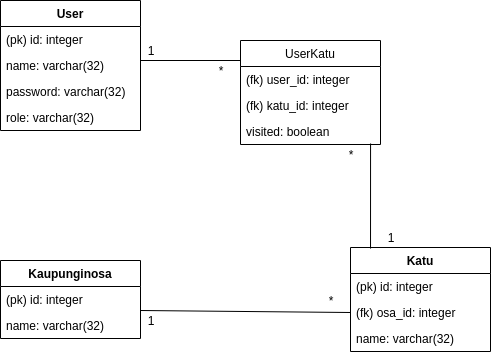
Earlier version of the draw.io export dokumentaatio/kadunkulkija.png (noorary/kadunkulkija). Source tidied: cells renumbered, new cells last; positions are measured from the earlier drawing's top-left corner, leaving out a move shared by most shapes. Its diagram source:
```xml
<mxGraphModel>
  <root>
    <mxCell id="0" />
    <mxCell id="1" parent="0" />
    <mxCell id="2" value="User" style="swimlane;fontStyle=1;horizontal=1;startSize=26;fillColor=none;" parent="1" vertex="1">
      <mxGeometry width="140" height="130" as="geometry" />
    </mxCell>
    <mxCell id="3" value="(pk) id: integer" style="text;strokeColor=none;fillColor=none;align=left;verticalAlign=top;spacingLeft=4;spacingRight=4;overflow=hidden;" parent="2" vertex="1">
      <mxGeometry y="26" width="140" height="26" as="geometry" />
    </mxCell>
    <mxCell id="4" value="name: varchar(32)" style="text;strokeColor=none;fillColor=none;align=left;verticalAlign=top;spacingLeft=4;spacingRight=4;overflow=hidden;" parent="2" vertex="1">
      <mxGeometry y="52" width="140" height="26" as="geometry" />
    </mxCell>
    <mxCell id="5" value="password: varchar(32)" style="text;strokeColor=none;fillColor=none;align=left;verticalAlign=top;spacingLeft=4;spacingRight=4;overflow=hidden;" parent="2" vertex="1">
      <mxGeometry y="78" width="140" height="26" as="geometry" />
    </mxCell>
    <mxCell id="6" value="role: varchar(32)" style="text;strokeColor=none;fillColor=none;align=left;verticalAlign=top;spacingLeft=4;spacingRight=4;overflow=hidden;" parent="2" vertex="1">
      <mxGeometry y="104" width="140" height="26" as="geometry" />
    </mxCell>
    <mxCell id="7" value="Katu" style="swimlane;fontStyle=1;horizontal=1;startSize=26;fillColor=none;" parent="1" vertex="1">
      <mxGeometry x="350" y="247" width="140" height="104" as="geometry" />
    </mxCell>
    <mxCell id="8" value="(pk) id: integer" style="text;strokeColor=none;fillColor=none;align=left;verticalAlign=top;spacingLeft=4;spacingRight=4;overflow=hidden;" parent="7" vertex="1">
      <mxGeometry y="26" width="140" height="26" as="geometry" />
    </mxCell>
    <mxCell id="9" value="(fk) osa_id: integer" style="text;strokeColor=none;fillColor=none;align=left;verticalAlign=top;spacingLeft=4;spacingRight=4;overflow=hidden;points=[[0,0.5],[1,0.5]];portConstraint=eastwest;" parent="7" vertex="1">
      <mxGeometry y="52" width="140" height="26" as="geometry" />
    </mxCell>
    <mxCell id="10" value="name: varchar(32)&#10;" style="text;strokeColor=none;fillColor=none;align=left;verticalAlign=top;spacingLeft=4;spacingRight=4;overflow=hidden;" parent="7" vertex="1">
      <mxGeometry y="78" width="140" height="26" as="geometry" />
    </mxCell>
    <mxCell id="11" value="Kaupunginosa" style="swimlane;fontStyle=1;horizontal=1;startSize=26;fillColor=none;" parent="1" vertex="1">
      <mxGeometry y="260" width="140" height="78" as="geometry" />
    </mxCell>
    <mxCell id="12" value="(pk) id: integer" style="text;strokeColor=none;fillColor=none;align=left;verticalAlign=top;spacingLeft=4;spacingRight=4;overflow=hidden;" parent="11" vertex="1">
      <mxGeometry y="26" width="140" height="26" as="geometry" />
    </mxCell>
    <mxCell id="13" value="name: varchar(32)" style="text;strokeColor=none;fillColor=none;align=left;verticalAlign=top;spacingLeft=4;spacingRight=4;overflow=hidden;" parent="11" vertex="1">
      <mxGeometry y="52" width="140" height="26" as="geometry" />
    </mxCell>
    <mxCell id="14" style="endArrow=none;html=1;entryX=0;entryY=0.5;entryDx=0;entryDy=0;" parent="1" edge="1" target="9">
      <mxGeometry relative="1" as="geometry">
        <mxPoint x="140" y="310" as="sourcePoint" />
      </mxGeometry>
    </mxCell>
    <mxCell id="15" value="1" style="text;html=1;strokeColor=none;fillColor=none;align=center;verticalAlign=middle;whiteSpace=wrap;rounded=0;" parent="1" vertex="1">
      <mxGeometry x="130" y="310" width="40" height="20" as="geometry" />
    </mxCell>
    <mxCell id="16" value="*" style="text;html=1;strokeColor=none;fillColor=none;align=center;verticalAlign=middle;whiteSpace=wrap;rounded=0;" parent="1" vertex="1">
      <mxGeometry x="310" y="290" width="40" height="20" as="geometry" />
    </mxCell>
    <mxCell id="17" value="UserKatu" style="swimlane;fontStyle=0;horizontal=1;startSize=26;fillColor=none;" parent="1" vertex="1">
      <mxGeometry x="240" y="40" width="140" height="104" as="geometry" />
    </mxCell>
    <mxCell id="18" value="(fk) user_id: integer" style="text;strokeColor=none;fillColor=none;align=left;verticalAlign=top;spacingLeft=4;spacingRight=4;overflow=hidden;" parent="17" vertex="1">
      <mxGeometry y="26" width="140" height="26" as="geometry" />
    </mxCell>
    <mxCell id="19" value="(fk) katu_id: integer" style="text;strokeColor=none;fillColor=none;align=left;verticalAlign=top;spacingLeft=4;spacingRight=4;overflow=hidden;" parent="17" vertex="1">
      <mxGeometry y="52" width="140" height="26" as="geometry" />
    </mxCell>
    <mxCell id="20" value="visited: boolean" style="text;strokeColor=none;fillColor=none;align=left;verticalAlign=top;spacingLeft=4;spacingRight=4;overflow=hidden;points=[[0,0.5],[1,0.5]];portConstraint=eastwest;" parent="17" vertex="1">
      <mxGeometry y="78" width="140" height="26" as="geometry" />
    </mxCell>
    <mxCell id="21" style="endArrow=none;html=1;" parent="1" edge="1">
      <mxGeometry relative="1" as="geometry">
        <mxPoint x="140" y="60" as="sourcePoint" />
        <mxPoint x="240" y="60" as="targetPoint" />
      </mxGeometry>
    </mxCell>
    <mxCell id="22" style="endArrow=none;html=1;entryX=0.143;entryY=0.01;entryDx=0;entryDy=0;entryPerimeter=0;exitX=0.929;exitY=0.962;exitDx=0;exitDy=0;exitPerimeter=0;" parent="1" edge="1" source="20" target="7">
      <mxGeometry relative="1" as="geometry" />
    </mxCell>
    <mxCell id="23" value="*" style="text;html=1;strokeColor=none;fillColor=none;align=center;verticalAlign=middle;whiteSpace=wrap;rounded=0;" parent="1" vertex="1">
      <mxGeometry x="330" y="144" width="40" height="20" as="geometry" />
    </mxCell>
    <mxCell id="24" value="*" style="text;html=1;strokeColor=none;fillColor=none;align=center;verticalAlign=middle;whiteSpace=wrap;rounded=0;" parent="1" vertex="1">
      <mxGeometry x="200" y="60" width="40" height="20" as="geometry" />
    </mxCell>
    <mxCell id="25" value="1" style="text;html=1;strokeColor=none;fillColor=none;align=center;verticalAlign=middle;whiteSpace=wrap;rounded=0;" parent="1" vertex="1">
      <mxGeometry x="130" y="40" width="40" height="20" as="geometry" />
    </mxCell>
    <mxCell id="26" value="1" style="text;html=1;strokeColor=none;fillColor=none;align=center;verticalAlign=middle;whiteSpace=wrap;rounded=0;" parent="1" vertex="1">
      <mxGeometry x="370" y="227" width="40" height="20" as="geometry" />
    </mxCell>
  </root>
</mxGraphModel>
```
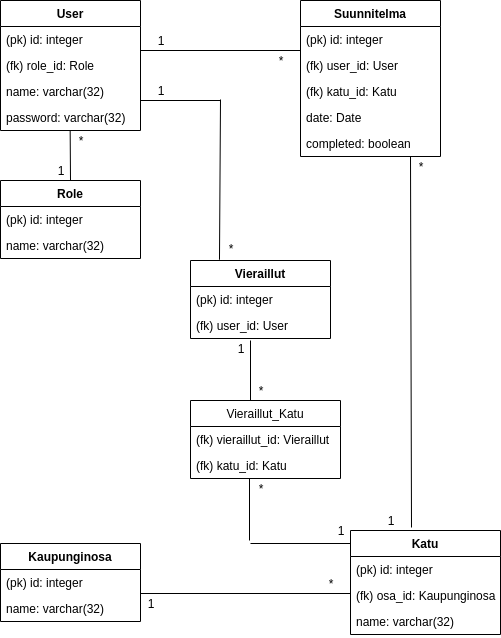
The same diagram one commit later.

Commit message:
tietokantakaavio päivitetty

The edit, as a diff of the source:
```diff
@@ -3,31 +3,31 @@
     <mxCell id="0" />
     <mxCell id="1" parent="0" />
     <mxCell id="2" value="User" style="swimlane;fontStyle=1;horizontal=1;startSize=26;fillColor=none;" parent="1" vertex="1">
-      <mxGeometry width="140" height="130" as="geometry" />
+      <mxGeometry y="-283" width="140" height="130" as="geometry" />
     </mxCell>
     <mxCell id="3" value="(pk) id: integer" style="text;strokeColor=none;fillColor=none;align=left;verticalAlign=top;spacingLeft=4;spacingRight=4;overflow=hidden;" parent="2" vertex="1">
       <mxGeometry y="26" width="140" height="26" as="geometry" />
     </mxCell>
+    <mxCell id="6" value="(fk) role_id: Role" style="text;strokeColor=none;fillColor=none;align=left;verticalAlign=top;spacingLeft=4;spacingRight=4;overflow=hidden;" parent="2" vertex="1">
+      <mxGeometry y="52" width="140" height="26" as="geometry" />
+    </mxCell>
     <mxCell id="4" value="name: varchar(32)" style="text;strokeColor=none;fillColor=none;align=left;verticalAlign=top;spacingLeft=4;spacingRight=4;overflow=hidden;" parent="2" vertex="1">
-      <mxGeometry y="52" width="140" height="26" as="geometry" />
+      <mxGeometry y="78" width="140" height="26" as="geometry" />
     </mxCell>
     <mxCell id="5" value="password: varchar(32)" style="text;strokeColor=none;fillColor=none;align=left;verticalAlign=top;spacingLeft=4;spacingRight=4;overflow=hidden;" parent="2" vertex="1">
-      <mxGeometry y="78" width="140" height="26" as="geometry" />
+      <mxGeometry y="104" width="140" height="26" as="geometry" />
     </mxCell>
-    <mxCell id="6" value="role: varchar(32)" style="text;strokeColor=none;fillColor=none;align=left;verticalAlign=top;spacingLeft=4;spacingRight=4;overflow=hidden;" parent="2" vertex="1">
-      <mxGeometry y="104" width="140" height="26" as="geometry" />
-    </mxCell>
     <mxCell id="7" value="Katu" style="swimlane;fontStyle=1;horizontal=1;startSize=26;fillColor=none;" parent="1" vertex="1">
-      <mxGeometry x="350" y="247" width="140" height="104" as="geometry" />
+      <mxGeometry x="350" y="247" width="150" height="104" as="geometry" />
     </mxCell>
     <mxCell id="8" value="(pk) id: integer" style="text;strokeColor=none;fillColor=none;align=left;verticalAlign=top;spacingLeft=4;spacingRight=4;overflow=hidden;" parent="7" vertex="1">
-      <mxGeometry y="26" width="140" height="26" as="geometry" />
+      <mxGeometry y="26" width="150" height="26" as="geometry" />
     </mxCell>
-    <mxCell id="9" value="(fk) osa_id: integer" style="text;strokeColor=none;fillColor=none;align=left;verticalAlign=top;spacingLeft=4;spacingRight=4;overflow=hidden;points=[[0,0.5],[1,0.5]];portConstraint=eastwest;" parent="7" vertex="1">
-      <mxGeometry y="52" width="140" height="26" as="geometry" />
+    <mxCell id="9" value="(fk) osa_id: Kaupunginosa" style="text;strokeColor=none;fillColor=none;align=left;verticalAlign=top;spacingLeft=4;spacingRight=4;overflow=hidden;points=[[0,0.5],[1,0.5]];portConstraint=eastwest;" parent="7" vertex="1">
+      <mxGeometry y="52" width="150" height="26" as="geometry" />
     </mxCell>
     <mxCell id="10" value="name: varchar(32)&#10;" style="text;strokeColor=none;fillColor=none;align=left;verticalAlign=top;spacingLeft=4;spacingRight=4;overflow=hidden;" parent="7" vertex="1">
-      <mxGeometry y="78" width="140" height="26" as="geometry" />
+      <mxGeometry y="78" width="150" height="26" as="geometry" />
     </mxCell>
     <mxCell id="11" value="Kaupunginosa" style="swimlane;fontStyle=1;horizontal=1;startSize=26;fillColor=none;" parent="1" vertex="1">
       <mxGeometry y="260" width="140" height="78" as="geometry" />
@@ -38,7 +38,7 @@
     <mxCell id="13" value="name: varchar(32)" style="text;strokeColor=none;fillColor=none;align=left;verticalAlign=top;spacingLeft=4;spacingRight=4;overflow=hidden;" parent="11" vertex="1">
       <mxGeometry y="52" width="140" height="26" as="geometry" />
     </mxCell>
-    <mxCell id="14" style="endArrow=none;html=1;entryX=0;entryY=0.5;entryDx=0;entryDy=0;" parent="1" edge="1" target="9">
+    <mxCell id="14" style="endArrow=none;html=1;entryX=1;entryY=1;entryDx=0;entryDy=0;" parent="1" edge="1" target="16">
       <mxGeometry relative="1" as="geometry">
         <mxPoint x="140" y="310" as="sourcePoint" />
       </mxGeometry>
@@ -49,38 +49,133 @@
     <mxCell id="16" value="*" style="text;html=1;strokeColor=none;fillColor=none;align=center;verticalAlign=middle;whiteSpace=wrap;rounded=0;" parent="1" vertex="1">
       <mxGeometry x="310" y="290" width="40" height="20" as="geometry" />
     </mxCell>
-    <mxCell id="17" value="UserKatu" style="swimlane;fontStyle=0;horizontal=1;startSize=26;fillColor=none;" parent="1" vertex="1">
-      <mxGeometry x="240" y="40" width="140" height="104" as="geometry" />
+    <mxCell id="17" value="Vieraillut" style="swimlane;fontStyle=1;horizontal=1;startSize=26;fillColor=none;" parent="1" vertex="1">
+      <mxGeometry x="190" y="-23" width="140" height="78" as="geometry" />
     </mxCell>
-    <mxCell id="18" value="(fk) user_id: integer" style="text;strokeColor=none;fillColor=none;align=left;verticalAlign=top;spacingLeft=4;spacingRight=4;overflow=hidden;" parent="17" vertex="1">
-      <mxGeometry y="26" width="140" height="26" as="geometry" />
-    </mxCell>
-    <mxCell id="19" value="(fk) katu_id: integer" style="text;strokeColor=none;fillColor=none;align=left;verticalAlign=top;spacingLeft=4;spacingRight=4;overflow=hidden;" parent="17" vertex="1">
-      <mxGeometry y="52" width="140" height="26" as="geometry" />
-    </mxCell>
-    <mxCell id="20" value="visited: boolean" style="text;strokeColor=none;fillColor=none;align=left;verticalAlign=top;spacingLeft=4;spacingRight=4;overflow=hidden;points=[[0,0.5],[1,0.5]];portConstraint=eastwest;" parent="17" vertex="1">
-      <mxGeometry y="78" width="140" height="26" as="geometry" />
-    </mxCell>
-    <mxCell id="21" style="endArrow=none;html=1;" parent="1" edge="1">
-      <mxGeometry relative="1" as="geometry">
-        <mxPoint x="140" y="60" as="sourcePoint" />
-        <mxPoint x="240" y="60" as="targetPoint" />
-      </mxGeometry>
-    </mxCell>
-    <mxCell id="22" style="endArrow=none;html=1;entryX=0.143;entryY=0.01;entryDx=0;entryDy=0;entryPerimeter=0;exitX=0.929;exitY=0.962;exitDx=0;exitDy=0;exitPerimeter=0;" parent="1" edge="1" source="20" target="7">
-      <mxGeometry relative="1" as="geometry" />
-    </mxCell>
-    <mxCell id="23" value="*" style="text;html=1;strokeColor=none;fillColor=none;align=center;verticalAlign=middle;whiteSpace=wrap;rounded=0;" parent="1" vertex="1">
-      <mxGeometry x="330" y="144" width="40" height="20" as="geometry" />
-    </mxCell>
-    <mxCell id="24" value="*" style="text;html=1;strokeColor=none;fillColor=none;align=center;verticalAlign=middle;whiteSpace=wrap;rounded=0;" parent="1" vertex="1">
-      <mxGeometry x="200" y="60" width="40" height="20" as="geometry" />
-    </mxCell>
-    <mxCell id="25" value="1" style="text;html=1;strokeColor=none;fillColor=none;align=center;verticalAlign=middle;whiteSpace=wrap;rounded=0;" parent="1" vertex="1">
-      <mxGeometry x="130" y="40" width="40" height="20" as="geometry" />
-    </mxCell>
-    <mxCell id="26" value="1" style="text;html=1;strokeColor=none;fillColor=none;align=center;verticalAlign=middle;whiteSpace=wrap;rounded=0;" parent="1" vertex="1">
-      <mxGeometry x="370" y="227" width="40" height="20" as="geometry" />
-    </mxCell>
+    <mxCell id="27" value="(pk) id: integer" style="text;strokeColor=none;fillColor=none;align=left;verticalAlign=top;spacingLeft=4;spacingRight=4;overflow=hidden;" parent="17" vertex="1">
+      <mxGeometry y="26" width="140" height="26" as="geometry" />
+    </mxCell>
+    <mxCell id="28" value="(fk) user_id: User" style="text;strokeColor=none;fillColor=none;align=left;verticalAlign=top;spacingLeft=4;spacingRight=4;overflow=hidden;" parent="17" vertex="1">
+      <mxGeometry y="52" width="140" height="26" as="geometry" />
+    </mxCell>
+    <mxCell id="29" value="Role" style="swimlane;fontStyle=1;horizontal=1;startSize=26;fillColor=none;" parent="1" vertex="1">
+      <mxGeometry y="-103" width="140" height="78" as="geometry" />
+    </mxCell>
+    <mxCell id="30" value="(pk) id: integer" style="text;strokeColor=none;fillColor=none;align=left;verticalAlign=top;spacingLeft=4;spacingRight=4;overflow=hidden;" parent="29" vertex="1">
+      <mxGeometry y="26" width="140" height="26" as="geometry" />
+    </mxCell>
+    <mxCell id="31" value="name: varchar(32)" style="text;strokeColor=none;fillColor=none;align=left;verticalAlign=top;spacingLeft=4;spacingRight=4;overflow=hidden;" parent="29" vertex="1">
+      <mxGeometry y="52" width="140" height="26" as="geometry" />
+    </mxCell>
+    <mxCell id="32" style="endArrow=none;html=1;" parent="1" edge="1">
+      <mxGeometry relative="1" as="geometry">
+        <mxPoint x="70" y="-103" as="sourcePoint" />
+        <mxPoint x="69.7" y="-153" as="targetPoint" />
+      </mxGeometry>
+    </mxCell>
+    <mxCell id="33" value="Suunnitelma" style="swimlane;fontStyle=1;horizontal=1;startSize=26;fillColor=none;" parent="1" vertex="1">
+      <mxGeometry x="300" y="-283" width="140" height="156" as="geometry" />
+    </mxCell>
+    <mxCell id="34" value="(pk) id: integer" style="text;strokeColor=none;fillColor=none;align=left;verticalAlign=top;spacingLeft=4;spacingRight=4;overflow=hidden;" parent="33" vertex="1">
+      <mxGeometry y="26" width="140" height="26" as="geometry" />
+    </mxCell>
+    <mxCell id="35" value="(fk) user_id: User&#10;" style="text;strokeColor=none;fillColor=none;align=left;verticalAlign=top;spacingLeft=4;spacingRight=4;overflow=hidden;" parent="33" vertex="1">
+      <mxGeometry y="52" width="140" height="26" as="geometry" />
+    </mxCell>
+    <mxCell id="36" value="(fk) katu_id: Katu" style="text;strokeColor=none;fillColor=none;align=left;verticalAlign=top;spacingLeft=4;spacingRight=4;overflow=hidden;" parent="33" vertex="1">
+      <mxGeometry y="78" width="140" height="26" as="geometry" />
+    </mxCell>
+    <mxCell id="37" value="date: Date" style="text;strokeColor=none;fillColor=none;align=left;verticalAlign=top;spacingLeft=4;spacingRight=4;overflow=hidden;" parent="33" vertex="1">
+      <mxGeometry y="104" width="140" height="26" as="geometry" />
+    </mxCell>
+    <mxCell id="38" value="completed: boolean" style="text;strokeColor=none;fillColor=none;align=left;verticalAlign=top;spacingLeft=4;spacingRight=4;overflow=hidden;" parent="33" vertex="1">
+      <mxGeometry y="130" width="140" height="26" as="geometry" />
+    </mxCell>
+    <mxCell id="39" value="1" style="text;html=1;strokeColor=none;fillColor=none;align=center;verticalAlign=middle;whiteSpace=wrap;rounded=0;" parent="1" vertex="1">
+      <mxGeometry x="40" y="-123" width="40" height="20" as="geometry" />
+    </mxCell>
+    <mxCell id="40" value="*" style="text;html=1;strokeColor=none;fillColor=none;align=center;verticalAlign=middle;whiteSpace=wrap;rounded=0;" parent="1" vertex="1">
+      <mxGeometry x="10" y="-153" width="140" height="20" as="geometry" />
+    </mxCell>
+    <mxCell id="41" style="endArrow=none;html=1;" parent="1" edge="1">
+      <mxGeometry relative="1" as="geometry">
+        <mxPoint x="140" y="-233" as="sourcePoint" />
+        <mxPoint x="300" y="-233" as="targetPoint" />
+      </mxGeometry>
+    </mxCell>
+    <mxCell id="42" value="1" style="text;html=1;strokeColor=none;fillColor=none;align=center;verticalAlign=middle;whiteSpace=wrap;rounded=0;" parent="1" vertex="1">
+      <mxGeometry x="140" y="-253" width="40" height="20" as="geometry" />
+    </mxCell>
+    <mxCell id="43" value="*" style="text;html=1;strokeColor=none;fillColor=none;align=center;verticalAlign=middle;whiteSpace=wrap;rounded=0;" parent="1" vertex="1">
+      <mxGeometry x="260" y="-233" width="40" height="20" as="geometry" />
+    </mxCell>
+    <mxCell id="44" style="endArrow=none;html=1;" parent="1" edge="1">
+      <mxGeometry relative="1" as="geometry">
+        <mxPoint x="410" y="-127" as="sourcePoint" />
+        <mxPoint x="411" y="244" as="targetPoint" />
+      </mxGeometry>
+    </mxCell>
+    <mxCell id="45" value="*" style="text;html=1;strokeColor=none;fillColor=none;align=center;verticalAlign=middle;whiteSpace=wrap;rounded=0;" parent="1" vertex="1">
+      <mxGeometry x="400" y="-127" width="40" height="20" as="geometry" />
+    </mxCell>
+    <mxCell id="46" value="1" style="text;html=1;strokeColor=none;fillColor=none;align=center;verticalAlign=middle;whiteSpace=wrap;rounded=0;" parent="1" vertex="1">
+      <mxGeometry x="370" y="227" width="40" height="20" as="geometry" />
+    </mxCell>
+    <mxCell id="47" style="endArrow=none;html=1;" parent="1" edge="1">
+      <mxGeometry relative="1" as="geometry">
+        <mxPoint x="140" y="-183" as="sourcePoint" />
+        <mxPoint x="220" y="-183" as="targetPoint" />
+      </mxGeometry>
+    </mxCell>
+    <mxCell id="48" style="endArrow=none;html=1;entryX=0.207;entryY=-0.01;entryDx=0;entryDy=0;entryPerimeter=0;" parent="1" edge="1" target="17">
+      <mxGeometry relative="1" as="geometry">
+        <mxPoint x="220" y="-184" as="sourcePoint" />
+      </mxGeometry>
+    </mxCell>
+    <mxCell id="49" value="1" style="text;html=1;strokeColor=none;fillColor=none;align=center;verticalAlign=middle;whiteSpace=wrap;rounded=0;" parent="1" vertex="1">
+      <mxGeometry x="140" y="-203" width="40" height="20" as="geometry" />
+    </mxCell>
+    <mxCell id="50" value="*" style="text;html=1;strokeColor=none;fillColor=none;align=center;verticalAlign=middle;whiteSpace=wrap;rounded=0;" parent="1" vertex="1">
+      <mxGeometry x="210" y="-45" width="40" height="20" as="geometry" />
+    </mxCell>
+    <mxCell id="51" value="Vieraillut_Katu" style="swimlane;fontStyle=0;horizontal=1;startSize=26;fillColor=none;" parent="1" vertex="1">
+      <mxGeometry x="190" y="117" width="150" height="78" as="geometry" />
+    </mxCell>
+    <mxCell id="52" value="(fk) vieraillut_id: Vieraillut" style="text;strokeColor=none;fillColor=none;align=left;verticalAlign=top;spacingLeft=4;spacingRight=4;overflow=hidden;" parent="51" vertex="1">
+      <mxGeometry y="26" width="150" height="26" as="geometry" />
+    </mxCell>
+    <mxCell id="53" value="(fk) katu_id: Katu" style="text;strokeColor=none;fillColor=none;align=left;verticalAlign=top;spacingLeft=4;spacingRight=4;overflow=hidden;" parent="51" vertex="1">
+      <mxGeometry y="52" width="150" height="26" as="geometry" />
+    </mxCell>
+    <mxCell id="54" style="endArrow=none;html=1;" parent="1" edge="1">
+      <mxGeometry relative="1" as="geometry">
+        <mxPoint x="250" y="117" as="sourcePoint" />
+        <mxPoint x="250" y="57" as="targetPoint" />
+      </mxGeometry>
+    </mxCell>
+    <mxCell id="55" style="endArrow=none;html=1;" parent="1" edge="1">
+      <mxGeometry relative="1" as="geometry">
+        <mxPoint x="250" y="260" as="sourcePoint" />
+        <mxPoint x="350" y="260" as="targetPoint" />
+      </mxGeometry>
+    </mxCell>
+    <mxCell id="56" style="endArrow=none;html=1;" parent="1" edge="1">
+      <mxGeometry relative="1" as="geometry">
+        <mxPoint x="249" y="257" as="sourcePoint" />
+        <mxPoint x="249" y="195" as="targetPoint" />
+      </mxGeometry>
+    </mxCell>
+    <mxCell id="57" value="1" style="text;html=1;strokeColor=none;fillColor=none;align=center;verticalAlign=middle;whiteSpace=wrap;rounded=0;" parent="1" vertex="1">
+      <mxGeometry x="220" y="55" width="40" height="20" as="geometry" />
+    </mxCell>
+    <mxCell id="58" value="*" style="text;html=1;strokeColor=none;fillColor=none;align=center;verticalAlign=middle;whiteSpace=wrap;rounded=0;" parent="1" vertex="1">
+      <mxGeometry x="240" y="97" width="40" height="20" as="geometry" />
+    </mxCell>
+    <mxCell id="59" value="1" style="text;html=1;strokeColor=none;fillColor=none;align=center;verticalAlign=middle;whiteSpace=wrap;rounded=0;" parent="1" vertex="1">
+      <mxGeometry x="320" y="237" width="40" height="20" as="geometry" />
+    </mxCell>
+    <mxCell id="60" value="*" style="text;html=1;strokeColor=none;fillColor=none;align=center;verticalAlign=middle;whiteSpace=wrap;rounded=0;" parent="1" vertex="1">
+      <mxGeometry x="240" y="195" width="40" height="20" as="geometry" />
+    </mxCell>
   </root>
 </mxGraphModel>
```
